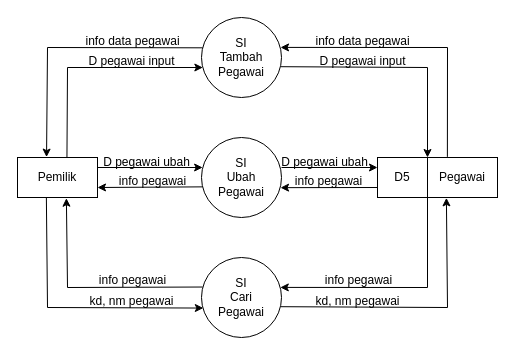
Earlier version of the draw.io diagram pegawai0.drawio (yogadwipayana/ERD). Source tidied: cells renumbered, new cells numbered last; positions are measured from the earlier drawing's top-left corner, leaving out a move shared by most shapes. Both pictures are drawn from the tidied source at 100%, with x=0, y=0 at pixel (17, 17).
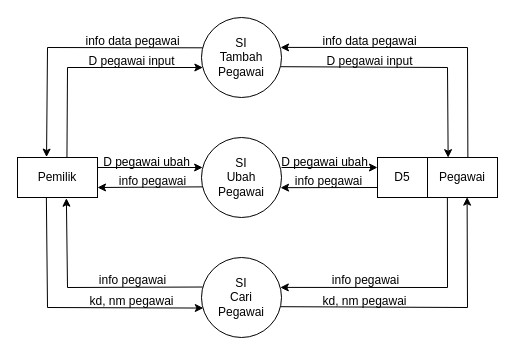
The same diagram, later.

The change refers to these unchanged cells:
```xml
<mxCell id="4" value="SI&lt;div&gt;Tambah&lt;br&gt;&lt;div&gt;Pegawai&lt;/div&gt;&lt;/div&gt;" style="ellipse;whiteSpace=wrap;html=1;" parent="1" vertex="1">
  <mxGeometry x="184" width="80" height="80" as="geometry" />
</mxCell>
<mxCell id="5" value="SI&lt;div&gt;Cari&lt;br&gt;&lt;div&gt;Pegawai&lt;/div&gt;&lt;/div&gt;" style="ellipse;whiteSpace=wrap;html=1;" parent="1" vertex="1">
  <mxGeometry x="184" y="240" width="80" height="80" as="geometry" />
</mxCell>
<mxCell id="10" value="Pegawai" style="rounded=0;whiteSpace=wrap;html=1;" parent="1" vertex="1">
  <mxGeometry x="410" y="140" width="70" height="40" as="geometry" />
</mxCell>
<mxCell id="11" value="D5" style="rounded=0;whiteSpace=wrap;html=1;" parent="1" vertex="1">
  <mxGeometry x="360" y="140" width="50" height="40" as="geometry" />
</mxCell>
```

What changed in the source:
```diff
@@
-    <mxCell id="12" style="endArrow=classic;html=1;rounded=0;exitX=0.994;exitY=0.615;exitDx=0;exitDy=0;exitPerimeter=0;entryX=1;entryY=0;entryDx=0;entryDy=0;" parent="1" edge="1" source="4" target="11">
+    <mxCell id="12" style="endArrow=classic;html=1;rounded=0;exitX=0.994;exitY=0.615;exitDx=0;exitDy=0;exitPerimeter=0;entryX=0.295;entryY=0.004;entryDx=0;entryDy=0;entryPerimeter=0;" parent="1" edge="1" source="4" target="10">
       <mxGeometry relative="1" as="geometry">
         <Array as="points">
-          <mxPoint x="410" y="50" />
+          <mxPoint x="430" y="50" />
         </Array>
       </mxGeometry>
     </mxCell>
-    <mxCell id="13" style="endArrow=classic;html=1;rounded=0;entryX=0.988;entryY=0.374;entryDx=0;entryDy=0;entryPerimeter=0;exitX=0.284;exitY=-0.016;exitDx=0;exitDy=0;exitPerimeter=0;" parent="1" edge="1" source="10" target="4">
+    <mxCell id="13" style="endArrow=classic;html=1;rounded=0;entryX=0.988;entryY=0.374;entryDx=0;entryDy=0;entryPerimeter=0;exitX=0.577;exitY=0.001;exitDx=0;exitDy=0;exitPerimeter=0;" parent="1" edge="1" source="10" target="4">
       <mxGeometry relative="1" as="geometry">
         <Array as="points">
-          <mxPoint x="430" y="30" />
+          <mxPoint x="450" y="30" />
         </Array>
       </mxGeometry>
     </mxCell>
     <mxCell id="14" value="D pegawai input" style="text;html=1;align=center;verticalAlign=middle;strokeColor=none;fillColor=none;" parent="1" vertex="1">
-      <mxGeometry x="290" y="29" width="110" height="30" as="geometry" />
+      <mxGeometry x="297" y="29" width="110" height="30" as="geometry" />
     </mxCell>
     <mxCell id="15" value="info data pegawai" style="text;html=1;align=center;verticalAlign=middle;strokeColor=none;fillColor=none;" parent="1" vertex="1">
-      <mxGeometry x="285" y="9" width="120" height="30" as="geometry" />
+      <mxGeometry x="292" y="9" width="120" height="30" as="geometry" />
     </mxCell>
@@
-    <mxCell id="22" style="endArrow=classic;html=1;rounded=0;entryX=0.27;entryY=1.009;entryDx=0;entryDy=0;exitX=0.993;exitY=0.615;exitDx=0;exitDy=0;exitPerimeter=0;entryPerimeter=0;" parent="1" edge="1" source="5" target="10">
+    <mxCell id="22" style="endArrow=classic;html=1;rounded=0;exitX=0.993;exitY=0.615;exitDx=0;exitDy=0;exitPerimeter=0;entryX=0.566;entryY=0.991;entryDx=0;entryDy=0;entryPerimeter=0;" parent="1" edge="1" source="5" target="10">
       <mxGeometry relative="1" as="geometry">
         <Array as="points">
-          <mxPoint x="430" y="290" />
+          <mxPoint x="450" y="290" />
         </Array>
       </mxGeometry>
     </mxCell>
-    <mxCell id="23" style="endArrow=classic;html=1;rounded=0;entryX=0.985;entryY=0.374;entryDx=0;entryDy=0;entryPerimeter=0;exitX=1;exitY=1;exitDx=0;exitDy=0;" parent="1" edge="1" source="11" target="5">
+    <mxCell id="23" style="endArrow=classic;html=1;rounded=0;entryX=0.985;entryY=0.374;entryDx=0;entryDy=0;entryPerimeter=0;exitX=0.284;exitY=1.001;exitDx=0;exitDy=0;exitPerimeter=0;" parent="1" edge="1" source="10" target="5">
       <mxGeometry relative="1" as="geometry">
         <Array as="points">
-          <mxPoint x="410" y="270" />
+          <mxPoint x="430" y="270" />
         </Array>
       </mxGeometry>
     </mxCell>
@@
     <mxCell id="30" value="info pegawai" style="text;html=1;align=center;verticalAlign=middle;strokeColor=none;fillColor=none;" parent="1" vertex="1">
-      <mxGeometry x="296" y="248" width="90" height="30" as="geometry" />
+      <mxGeometry x="303" y="248" width="90" height="30" as="geometry" />
     </mxCell>
     <mxCell id="31" value="kd, nm pegawai" style="text;html=1;align=center;verticalAlign=middle;strokeColor=none;fillColor=none;" parent="1" vertex="1">
-      <mxGeometry x="285" y="269" width="110" height="30" as="geometry" />
+      <mxGeometry x="292" y="269" width="110" height="30" as="geometry" />
     </mxCell>
```
